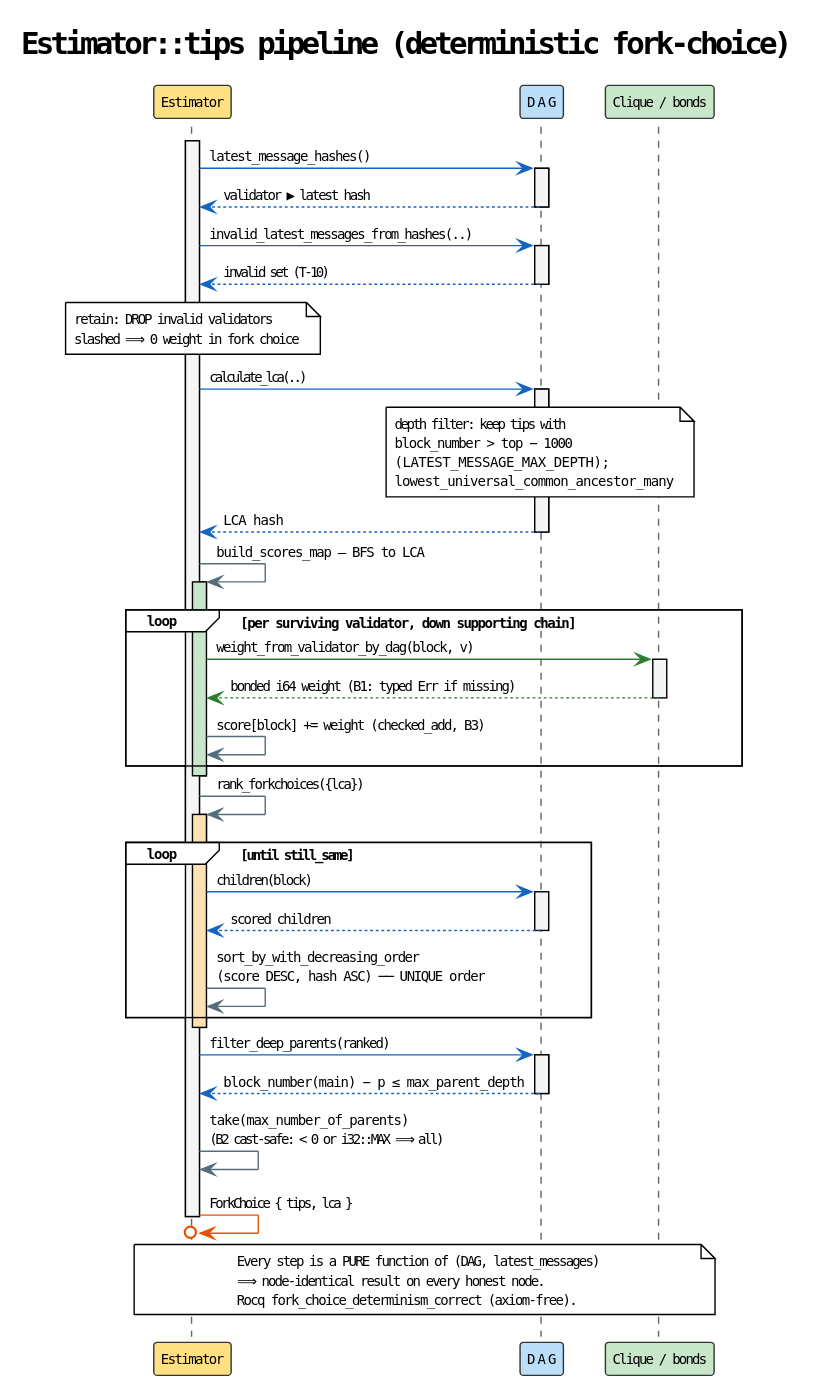
Above: docs/casper/theory/fork-choice/diagrams/02-seq-tips-pipeline.svg in F1R3FLY-io/f1r3node-rust (PlantUML), before the change.
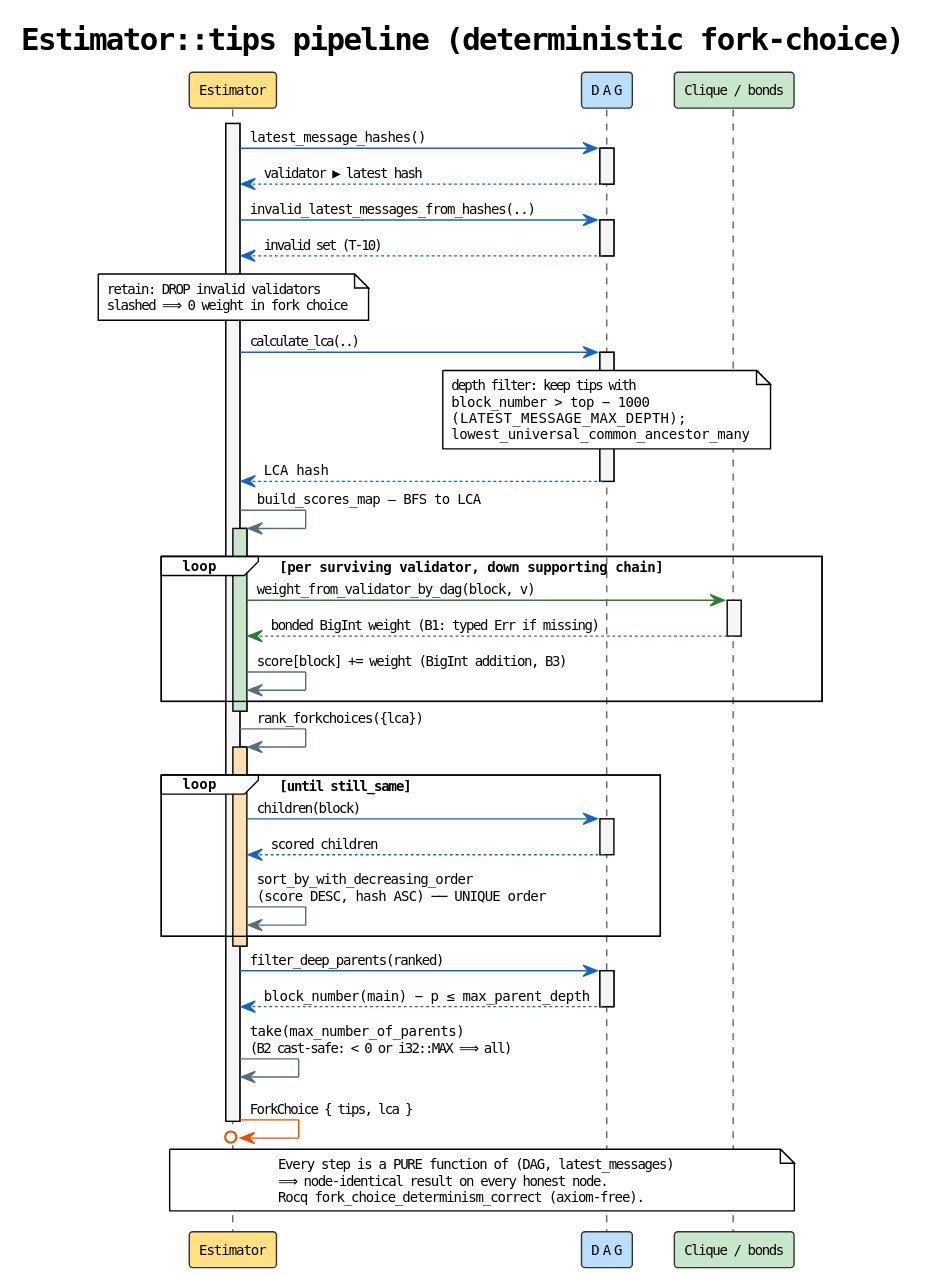
The same file after the commit.

The edit, as a diff of the source:
```diff
@@ -53,9 +53,9 @@
 loop per surviving validator, down supporting chain
   EST -[#2E7D32]> BND : weight_from_validator_by_dag(block, v)
   activate BND
-  BND --[#2E7D32]> EST : bonded i64 weight (B1: typed Err if missing)
+  BND --[#2E7D32]> EST : bonded BigInt weight (B1: typed Err if missing)
   deactivate BND
-  EST -[#546E7A]> EST : score[block] += weight (checked_add, B3)
+  EST -[#546E7A]> EST : score[block] += weight (BigInt addition, B3)
 end
 deactivate EST
 
```
